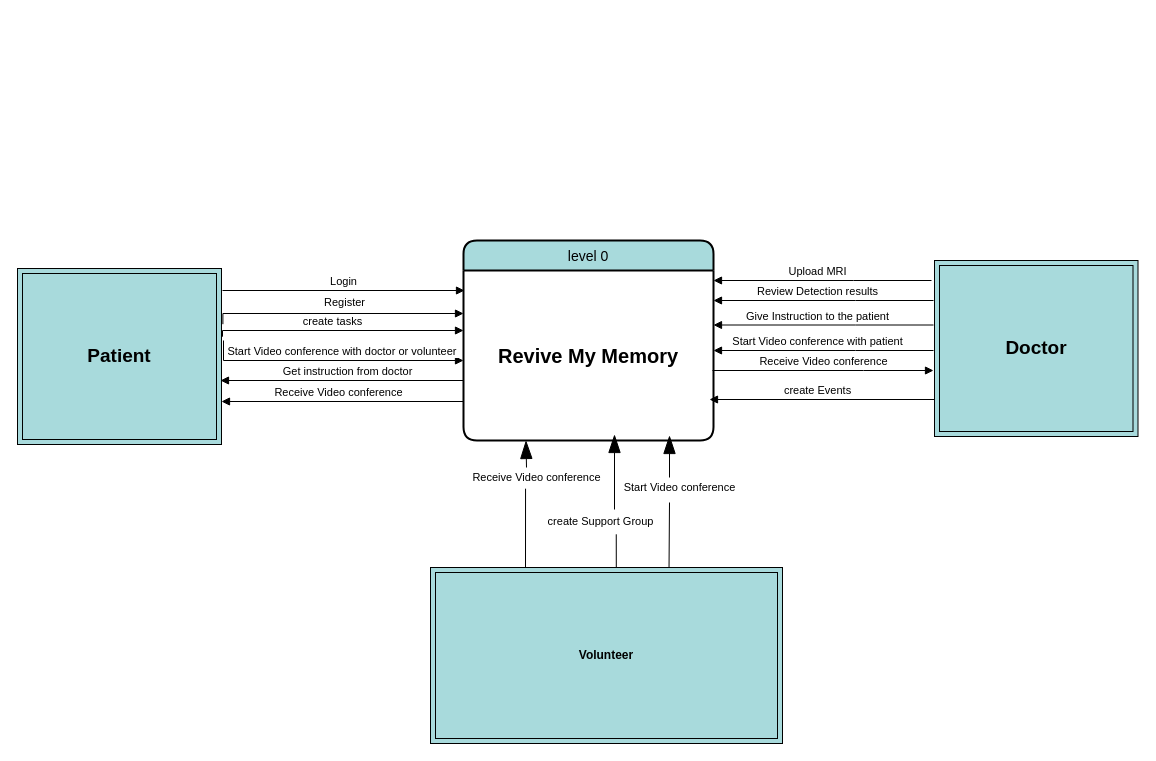
Omarelsherif010/Revive_My_Memory-Graduation_Project keeps this draw.io diagram as Documentation/context Diagram.drawio (1).drawio. Above is the earlier version. Source tidied: cells renumbered, new cells numbered last; positions are measured from the earlier drawing's top-left corner, leaving out a move shared by most shapes. Both pictures are drawn from the tidied source at 100%, with x=0, y=0 at pixel (17, 240).
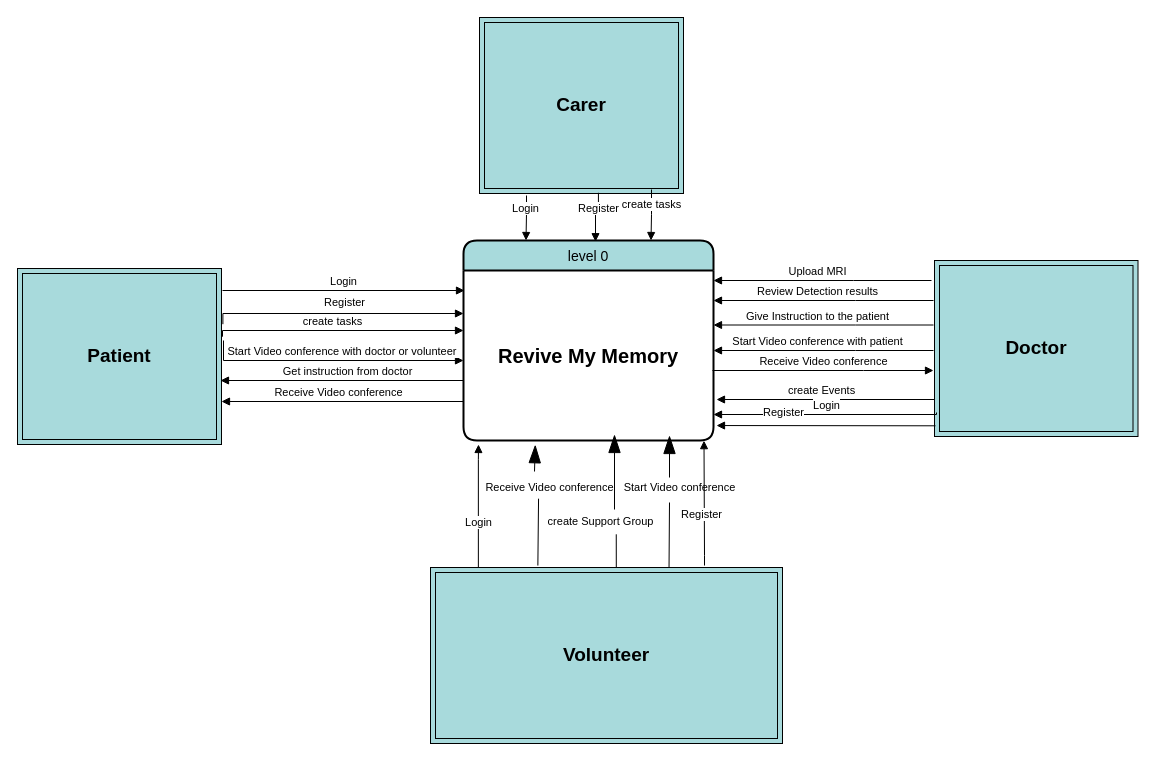
After the change.

Unchanged cells that the change refers to:
```xml
<mxCell id="2" value="level 0" style="swimlane;horizontal=1;startSize=30;rounded=1;fontSize=14;fontStyle=0;strokeWidth=2;shadow=0;dashed=0;align=center;fillColor=#A8DADC;" parent="1" vertex="1">
  <mxGeometry x="446" width="250" height="200" as="geometry" />
</mxCell>
<mxCell id="3" value="&lt;b&gt;&lt;font style=&quot;font-size: 20px;&quot;&gt;Revive My Memory&lt;/font&gt;&lt;/b&gt;" style="text;strokeColor=none;align=center;fillColor=none;html=1;verticalAlign=middle;whiteSpace=wrap;rounded=0;" parent="2" vertex="1">
  <mxGeometry y="30" width="250" height="170" as="geometry" />
</mxCell>
<mxCell id="27" value="&lt;b&gt;&lt;font style=&quot;font-size: 19px;&quot;&gt;Doctor&lt;/font&gt;&lt;/b&gt;" style="shape=ext;margin=3;double=1;whiteSpace=wrap;html=1;align=center;fillColor=#A8DADC;" parent="1" vertex="1">
  <mxGeometry x="917" y="20" width="203.5" height="176" as="geometry" />
</mxCell>
```

What changed in the source:
```diff
@@
-    <mxCell id="15" style="endArrow=blockThin;endSize=16;endFill=1;html=1;rounded=0;fontSize=11;startArrow=none;entryX=0.25;entryY=1;entryDx=0;entryDy=0;" parent="1" edge="1" target="3">
+    <mxCell id="15" style="endArrow=blockThin;endSize=16;endFill=1;html=1;rounded=0;fontSize=11;startArrow=none;entryX=0.287;entryY=1.025;entryDx=0;entryDy=0;entryPerimeter=0;" parent="1" edge="1" target="3">
       <mxGeometry x="-1" y="212" relative="1" as="geometry">
-        <mxPoint x="509" y="227" as="sourcePoint" />
+        <mxPoint x="517" y="231" as="sourcePoint" />
         <mxPoint x="-70" y="12" as="offset" />
       </mxGeometry>
     </mxCell>
-    <mxCell id="16" style="endArrow=none;endSize=16;endFill=1;html=1;rounded=0;fontSize=11;entryX=0.425;entryY=0.967;entryDx=0;entryDy=0;entryPerimeter=0;" parent="1" edge="1" target="17">
+    <mxCell id="16" style="endArrow=none;endSize=16;endFill=1;html=1;rounded=0;fontSize=11;entryX=0.425;entryY=0.967;entryDx=0;entryDy=0;entryPerimeter=0;exitX=0.305;exitY=-0.011;exitDx=0;exitDy=0;exitPerimeter=0;" parent="1" edge="1" source="26" target="17">
       <mxGeometry x="-1" y="212" relative="1" as="geometry">
-        <mxPoint x="508" y="329" as="sourcePoint" />
         <mxPoint x="-70" y="12" as="offset" />
       </mxGeometry>
     </mxCell>
     <mxCell id="17" value="Receive Video conference" style="text;html=1;align=center;verticalAlign=middle;points=[];strokeColor=none;fillColor=none;fontSize=11;" parent="1" vertex="1">
-      <mxGeometry x="446" y="224" width="146" height="25" as="geometry" />
+      <mxGeometry x="459" y="234" width="146" height="25" as="geometry" />
     </mxCell>
@@
     <mxCell id="20" value="create Events" style="html=1;verticalAlign=bottom;endArrow=block;edgeStyle=elbowEdgeStyle;elbow=vertical;curved=0;rounded=0;startArrow=none;exitX=0.008;exitY=0.783;exitDx=0;exitDy=0;exitPerimeter=0;" parent="1" edge="1" source="27">
       <mxGeometry x="0.05" relative="1" as="geometry">
-        <mxPoint x="692" y="159" as="targetPoint" />
+        <mxPoint x="699" y="159" as="targetPoint" />
         <Array as="points">
           <mxPoint x="834" y="159" />
           <mxPoint x="784" y="219" />
           <mxPoint x="854" y="239" />
           <mxPoint x="744" y="259" />
         </Array>
       </mxGeometry>
     </mxCell>
@@
-    <mxCell id="26" value="&lt;b&gt;Volunteer&lt;/b&gt;" style="shape=ext;margin=3;double=1;whiteSpace=wrap;html=1;align=center;fillColor=#A8DADC;" parent="1" vertex="1">
+    <mxCell id="26" value="&lt;b&gt;&lt;font style=&quot;font-size: 19px;&quot;&gt;Volunteer&lt;/font&gt;&lt;/b&gt;" style="shape=ext;margin=3;double=1;whiteSpace=wrap;html=1;align=center;fillColor=#A8DADC;" parent="1" vertex="1">
       <mxGeometry x="413" y="327" width="352" height="176" as="geometry" />
     </mxCell>
@@
+    <mxCell id="28" value="Login" style="html=1;verticalAlign=bottom;endArrow=block;edgeStyle=elbowEdgeStyle;elbow=vertical;curved=0;rounded=0;startArrow=none;exitX=0.136;exitY=-0.002;exitDx=0;exitDy=0;exitPerimeter=0;" parent="1" edge="1" source="26">
+      <mxGeometry x="-0.41" relative="1" as="geometry">
+        <mxPoint x="461" y="204" as="targetPoint" />
+        <Array as="points">
+          <mxPoint x="467" y="219" />
+          <mxPoint x="466" y="230" />
+          <mxPoint x="459" y="263" />
+          <mxPoint x="442" y="242" />
+          <mxPoint x="502" y="272" />
+          <mxPoint x="392" y="292" />
+        </Array>
+      </mxGeometry>
+    </mxCell>
+    <mxCell id="29" value="Register" style="html=1;verticalAlign=bottom;endArrow=block;edgeStyle=elbowEdgeStyle;elbow=vertical;curved=0;rounded=0;startArrow=none;entryX=0.962;entryY=1.001;entryDx=0;entryDy=0;entryPerimeter=0;endFill=1;" parent="1" edge="1" target="3">
+      <mxGeometry x="-0.32" y="4" relative="1" as="geometry">
+        <mxPoint x="687" y="325" as="sourcePoint" />
+        <Array as="points">
+          <mxPoint x="687" y="315" />
+          <mxPoint x="684" y="303" />
+          <mxPoint x="614.6" y="293" />
+          <mxPoint x="544.6" y="283" />
+          <mxPoint x="534.6" y="290" />
+          <mxPoint x="574.6" y="283" />
+          <mxPoint x="574.6" y="290" />
+          <mxPoint x="654.6" y="290" />
+          <mxPoint x="614.6" y="280" />
+          <mxPoint x="684.6" y="310" />
+          <mxPoint x="574.6" y="330" />
+        </Array>
+        <mxPoint x="1" as="offset" />
+      </mxGeometry>
+    </mxCell>
+    <mxCell id="30" value="Login" style="html=1;verticalAlign=bottom;endArrow=none;edgeStyle=elbowEdgeStyle;elbow=vertical;curved=0;rounded=0;startArrow=block;startFill=1;endFill=0;" parent="1" edge="1">
+      <mxGeometry relative="1" as="geometry">
+        <mxPoint x="696" y="174" as="sourcePoint" />
+        <mxPoint x="919" y="172" as="targetPoint" />
+        <Array as="points">
+          <mxPoint x="847" y="174" />
+          <mxPoint x="807" y="164" />
+          <mxPoint x="867" y="194" />
+          <mxPoint x="757" y="214" />
+        </Array>
+      </mxGeometry>
+    </mxCell>
+    <mxCell id="31" value="Register" style="html=1;verticalAlign=bottom;endArrow=none;edgeStyle=elbowEdgeStyle;elbow=vertical;curved=0;rounded=0;startArrow=block;startFill=1;endFill=0;exitX=1.012;exitY=0.912;exitDx=0;exitDy=0;exitPerimeter=0;" parent="1" edge="1" source="3">
+      <mxGeometry x="-0.39" y="4" relative="1" as="geometry">
+        <mxPoint x="918" y="185" as="targetPoint" />
+        <Array as="points">
+          <mxPoint x="786.6" y="185.3" />
+          <mxPoint x="716.6" y="175.3" />
+          <mxPoint x="706.6" y="182.3" />
+          <mxPoint x="746.6" y="175.3" />
+          <mxPoint x="746.6" y="182.3" />
+          <mxPoint x="826.6" y="182.3" />
+          <mxPoint x="786.6" y="172.3" />
+          <mxPoint x="856.6" y="202.3" />
+          <mxPoint x="746.6" y="222.3" />
+        </Array>
+      </mxGeometry>
+    </mxCell>
+    <mxCell id="32" value="&lt;b&gt;&lt;font style=&quot;font-size: 19px;&quot;&gt;Carer&lt;/font&gt;&lt;/b&gt;" style="shape=ext;margin=3;double=1;whiteSpace=wrap;html=1;align=center;fillColor=#A8DADC;" parent="1" vertex="1">
+      <mxGeometry x="462" y="-223" width="204" height="176" as="geometry" />
+    </mxCell>
+    <mxCell id="33" value="Login" style="html=1;verticalAlign=bottom;endArrow=block;edgeStyle=elbowEdgeStyle;elbow=vertical;curved=0;rounded=0;startArrow=none;entryX=0.25;entryY=0;entryDx=0;entryDy=0;" parent="1" edge="1" target="2">
+      <mxGeometry relative="1" as="geometry">
+        <mxPoint x="509" y="-45" as="sourcePoint" />
+        <Array as="points">
+          <mxPoint x="511" y="-27" />
+          <mxPoint x="326" y="-49" />
+        </Array>
+      </mxGeometry>
+    </mxCell>
+    <mxCell id="34" value="Register" style="html=1;verticalAlign=bottom;endArrow=block;edgeStyle=elbowEdgeStyle;elbow=vertical;curved=0;rounded=0;startArrow=none;exitX=0.583;exitY=0.996;exitDx=0;exitDy=0;entryX=0.528;entryY=0.006;entryDx=0;entryDy=0;exitPerimeter=0;entryPerimeter=0;" parent="1" edge="1" source="32" target="2">
+      <mxGeometry x="0.05" y="3" relative="1" as="geometry">
+        <Array as="points">
+          <mxPoint x="583" y="-34" />
+          <mxPoint x="332.6" y="-141.7" />
+          <mxPoint x="262.6" y="-151.7" />
+          <mxPoint x="252.6" y="-144.7" />
+          <mxPoint x="292.6" y="-151.7" />
+          <mxPoint x="292.6" y="-144.7" />
+          <mxPoint x="372.6" y="-144.7" />
+          <mxPoint x="332.6" y="-154.7" />
+          <mxPoint x="402.6" y="-124.7" />
+          <mxPoint x="292.6" y="-104.7" />
+        </Array>
+        <mxPoint y="1" as="offset" />
+      </mxGeometry>
+    </mxCell>
+    <mxCell id="35" value="create tasks" style="html=1;verticalAlign=bottom;endArrow=block;edgeStyle=elbowEdgeStyle;elbow=vertical;curved=0;rounded=0;startArrow=none;entryX=0.75;entryY=0;entryDx=0;entryDy=0;" parent="1" edge="1" target="2">
+      <mxGeometry x="-0.06" relative="1" as="geometry">
+        <mxPoint x="634" y="-51" as="sourcePoint" />
+        <Array as="points">
+          <mxPoint x="634" y="-26" />
+          <mxPoint x="422" y="-134.2" />
+          <mxPoint x="262" y="-124.2" />
+          <mxPoint x="422" y="-84.2" />
+          <mxPoint x="312" y="-64.2" />
+        </Array>
+      </mxGeometry>
+    </mxCell>
```
